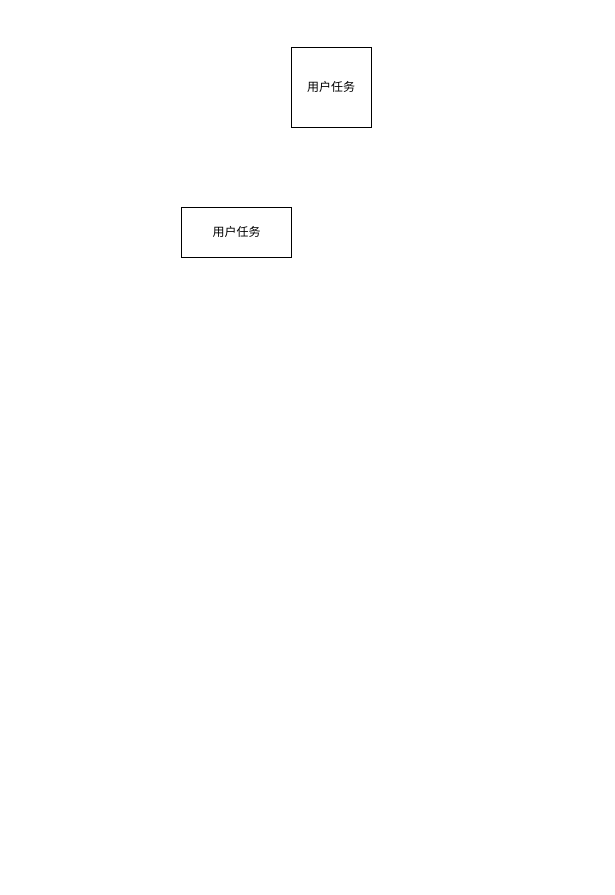
Before: 首页通知信息.drawio in jiangchanghui/learning, a draw.io diagram. Source tidied: cells renumbered, new cells numbered last; positions are measured from the earlier drawing's top-left corner, leaving out a move shared by most shapes. Both pictures are drawn from the tidied source at 100%, with x=0, y=0 at pixel (181, 47).
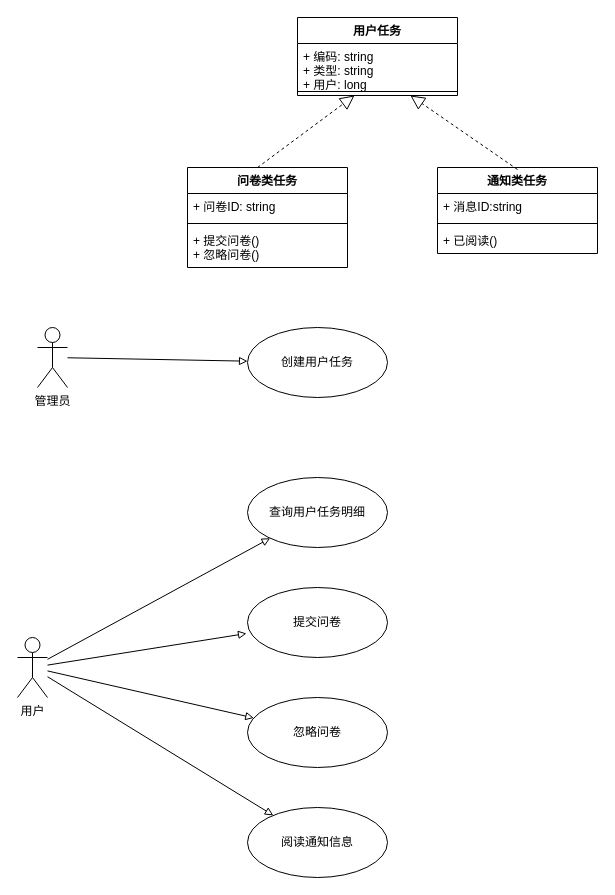
After the change.

Commit message:
更新首页通知信息.drawio

The edit, as a diff of the source:
```diff
@@
-    <mxCell id="2" value="用户任务" style="whiteSpace=wrap;html=1;" parent="1" vertex="1">
-      <mxGeometry x="110" width="80" height="80" as="geometry" />
-    </mxCell>
-    <mxCell id="3" value="用户任务" style="html=1;" parent="1" vertex="1">
-      <mxGeometry y="160" width="110" height="50" as="geometry" />
-    </mxCell>
+    <mxCell id="4" value="用户任务" style="swimlane;fontStyle=1;align=center;verticalAlign=top;horizontal=1;startSize=26;" parent="1" vertex="1">
+      <mxGeometry x="116" y="-30" width="160" height="78" as="geometry" />
+    </mxCell>
+    <mxCell id="5" value="+ 编码: string&#10;+ 类型: string&#10;+ 用户: long" style="text;strokeColor=none;fillColor=none;align=left;verticalAlign=top;spacingLeft=4;spacingRight=4;overflow=hidden;" parent="4" vertex="1">
+      <mxGeometry y="26" width="160" height="44" as="geometry" />
+    </mxCell>
+    <mxCell id="6" style="line;strokeWidth=1;fillColor=none;align=left;verticalAlign=middle;spacingTop=-1;spacingLeft=3;spacingRight=3;labelPosition=right;" parent="4" vertex="1">
+      <mxGeometry y="70" width="160" height="8" as="geometry" />
+    </mxCell>
+    <mxCell id="7" value="问卷类任务" style="swimlane;fontStyle=1;align=center;verticalAlign=top;horizontal=1;startSize=26;" parent="1" vertex="1">
+      <mxGeometry x="6" y="120" width="160" height="100" as="geometry" />
+    </mxCell>
+    <mxCell id="8" style="endArrow=block;dashed=1;endFill=0;endSize=12;html=1;rounded=0;" parent="7" edge="1">
+      <mxGeometry relative="1" as="geometry">
+        <mxPoint x="70" as="sourcePoint" />
+        <mxPoint x="167" y="-72" as="targetPoint" />
+      </mxGeometry>
+    </mxCell>
+    <mxCell id="9" value="+ 问卷ID: string" style="text;strokeColor=none;fillColor=none;align=left;verticalAlign=top;spacingLeft=4;spacingRight=4;overflow=hidden;" parent="7" vertex="1">
+      <mxGeometry y="26" width="160" height="26" as="geometry" />
+    </mxCell>
+    <mxCell id="10" style="line;strokeWidth=1;fillColor=none;align=left;verticalAlign=middle;spacingTop=-1;spacingLeft=3;spacingRight=3;labelPosition=right;" parent="7" vertex="1">
+      <mxGeometry y="52" width="160" height="8" as="geometry" />
+    </mxCell>
+    <mxCell id="11" value="+ 提交问卷()&#10;+ 忽略问卷()" style="text;strokeColor=none;fillColor=none;align=left;verticalAlign=top;spacingLeft=4;spacingRight=4;overflow=hidden;" parent="7" vertex="1">
+      <mxGeometry y="60" width="160" height="40" as="geometry" />
+    </mxCell>
+    <mxCell id="12" value="通知类任务" style="swimlane;fontStyle=1;align=center;verticalAlign=top;horizontal=1;startSize=26;" parent="1" vertex="1">
+      <mxGeometry x="256" y="120" width="160" height="86" as="geometry" />
+    </mxCell>
+    <mxCell id="13" style="endArrow=block;dashed=1;endFill=0;endSize=12;html=1;rounded=0;" parent="12" edge="1">
+      <mxGeometry relative="1" as="geometry">
+        <mxPoint x="80" y="2" as="sourcePoint" />
+        <mxPoint x="-27.1" y="-72" as="targetPoint" />
+      </mxGeometry>
+    </mxCell>
+    <mxCell id="14" value="+ 消息ID:string" style="text;strokeColor=none;fillColor=none;align=left;verticalAlign=top;spacingLeft=4;spacingRight=4;overflow=hidden;" parent="12" vertex="1">
+      <mxGeometry y="26" width="160" height="26" as="geometry" />
+    </mxCell>
+    <mxCell id="15" style="line;strokeWidth=1;fillColor=none;align=left;verticalAlign=middle;spacingTop=-1;spacingLeft=3;spacingRight=3;labelPosition=right;" parent="12" vertex="1">
+      <mxGeometry y="52" width="160" height="8" as="geometry" />
+    </mxCell>
+    <mxCell id="16" value="+ 已阅读()" style="text;strokeColor=none;fillColor=none;align=left;verticalAlign=top;spacingLeft=4;spacingRight=4;overflow=hidden;" parent="12" vertex="1">
+      <mxGeometry y="60" width="160" height="26" as="geometry" />
+    </mxCell>
+    <mxCell id="17" style="edgeStyle=none;rounded=0;jettySize=auto;html=1;endArrow=block;endFill=0;" parent="1" edge="1" source="18" target="19">
+      <mxGeometry relative="1" as="geometry" />
+    </mxCell>
+    <mxCell id="18" value="管理员" style="shape=umlActor;verticalLabelPosition=bottom;verticalAlign=top;html=1;" parent="1" vertex="1">
+      <mxGeometry x="-144" y="280" width="30" height="60" as="geometry" />
+    </mxCell>
+    <mxCell id="19" value="创建用户任务" style="ellipse;whiteSpace=wrap;html=1;" parent="1" vertex="1">
+      <mxGeometry x="66" y="280" width="140" height="70" as="geometry" />
+    </mxCell>
+    <mxCell id="20" style="edgeStyle=none;rounded=0;jettySize=auto;html=1;endArrow=block;endFill=0;" parent="1" edge="1" source="24" target="25">
+      <mxGeometry relative="1" as="geometry" />
+    </mxCell>
+    <mxCell id="21" style="edgeStyle=none;rounded=0;jettySize=auto;html=1;entryX=-0.007;entryY=0.657;entryDx=0;entryDy=0;entryPerimeter=0;endArrow=block;endFill=0;" parent="1" edge="1" source="24" target="26">
+      <mxGeometry relative="1" as="geometry" />
+    </mxCell>
+    <mxCell id="22" style="edgeStyle=none;rounded=0;jettySize=auto;html=1;endArrow=block;endFill=0;" parent="1" edge="1" source="24" target="28">
+      <mxGeometry relative="1" as="geometry" />
+    </mxCell>
+    <mxCell id="23" style="edgeStyle=none;rounded=0;jettySize=auto;html=1;endArrow=block;endFill=0;" parent="1" edge="1" source="24" target="27">
+      <mxGeometry relative="1" as="geometry" />
+    </mxCell>
+    <mxCell id="24" value="用户" style="shape=umlActor;verticalLabelPosition=bottom;verticalAlign=top;html=1;" parent="1" vertex="1">
+      <mxGeometry x="-164" y="590" width="30" height="60" as="geometry" />
+    </mxCell>
+    <mxCell id="25" value="查询用户任务明细" style="ellipse;whiteSpace=wrap;html=1;" parent="1" vertex="1">
+      <mxGeometry x="66" y="430" width="140" height="70" as="geometry" />
+    </mxCell>
+    <mxCell id="26" value="提交问卷" style="ellipse;whiteSpace=wrap;html=1;" parent="1" vertex="1">
+      <mxGeometry x="66" y="540" width="140" height="70" as="geometry" />
+    </mxCell>
+    <mxCell id="27" value="阅读通知信息" style="ellipse;whiteSpace=wrap;html=1;" parent="1" vertex="1">
+      <mxGeometry x="66" y="760" width="140" height="70" as="geometry" />
+    </mxCell>
+    <mxCell id="28" value="忽略问卷" style="ellipse;whiteSpace=wrap;html=1;" parent="1" vertex="1">
+      <mxGeometry x="66" y="650" width="140" height="70" as="geometry" />
+    </mxCell>
```
